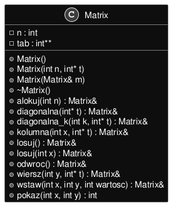
This is inline_umlgraph_1.png from kluchoo/Matrix, a PlantUML export, as it was before one commit.
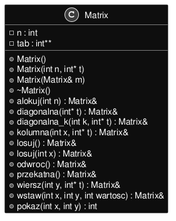
Later version of the same file.

What changed in the source:
```diff
@@ -16,6 +16,7 @@
 +losuj() : Matrix&
 +losuj(int x) : Matrix&
 +odwroc() : Matrix&
++przekatna() : Matrix&
 +wiersz(int y, int* t) : Matrix&
 +wstaw(int x, int y, int wartosc) : Matrix&
 +pokaz(int x, int y) : int
```
